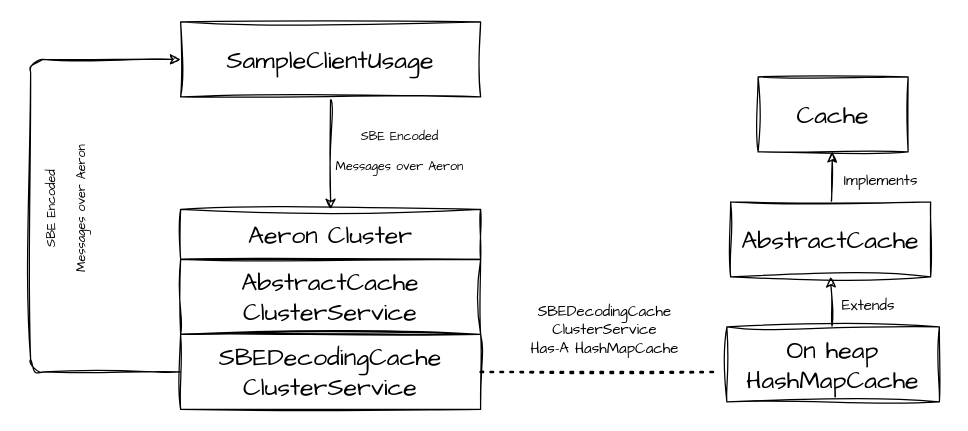
bhf/aeron-cache keeps this draw.io diagram as docs/diagrams/message-flow.dio. Above is the earlier version. Source tidied: cells renumbered, new cells numbered last; positions are measured from the earlier drawing's top-left corner, leaving out a move shared by most shapes. Both pictures are drawn from the tidied source at 125%, with x=0, y=0 at pixel (-20, 21).
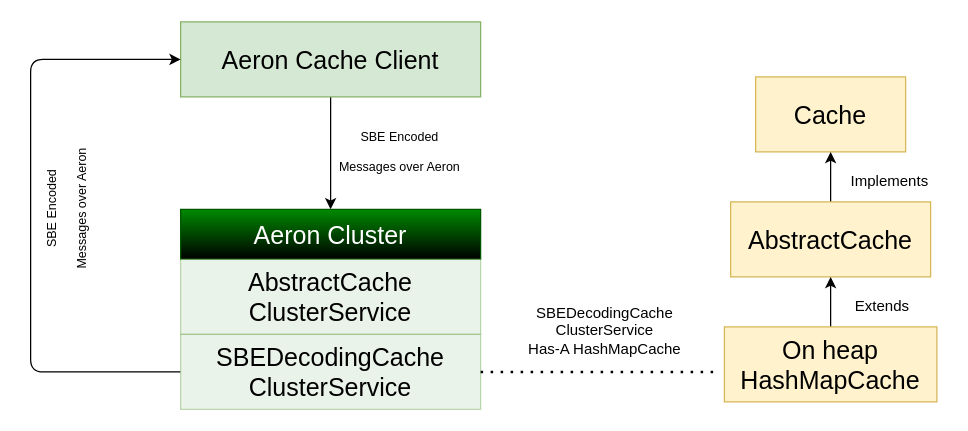
Above is the later version.

The edit, as a diff of the source:
```diff
@@
-    <mxCell id="2" style="edgeStyle=none;sketch=1;hachureGap=4;jiggle=2;curveFitting=1;html=1;fontFamily=Architects Daughter;fontSize=16;" parent="1" edge="1" source="3" target="4">
+    <mxCell id="2" style="edgeStyle=none;hachureGap=4;html=1;fontFamily=Architects Daughter;fontSize=16;flowAnimation=1;" parent="1" edge="1" source="3" target="4">
       <mxGeometry relative="1" as="geometry" />
     </mxCell>
-    <mxCell id="3" value="SampleClientUsage" style="rounded=0;whiteSpace=wrap;html=1;sketch=1;hachureGap=4;jiggle=2;curveFitting=1;fontFamily=Architects Daughter;fontSize=20;" parent="1" vertex="1">
+    <mxCell id="3" value="Aeron Cache Client" style="rounded=0;whiteSpace=wrap;html=1;hachureGap=4;fontFamily=Helvetica;fontSize=20;fillColor=#d5e8d4;strokeColor=#82b366;" parent="1" vertex="1">
       <mxGeometry x="160" width="240" height="60" as="geometry" />
     </mxCell>
-    <mxCell id="4" value="Aeron Cluster" style="rounded=0;whiteSpace=wrap;html=1;sketch=1;hachureGap=4;jiggle=2;curveFitting=1;fontFamily=Architects Daughter;fontSize=20;" parent="1" vertex="1">
+    <mxCell id="4" value="Aeron Cluster" style="rounded=0;whiteSpace=wrap;html=1;hachureGap=4;fontFamily=Helvetica;fontSize=20;fillColor=#008a00;fontColor=#ffffff;strokeColor=#005700;gradientColor=default;" parent="1" vertex="1">
       <mxGeometry x="160" y="150" width="240" height="40" as="geometry" />
     </mxCell>
-    <mxCell id="5" value="AbstractCache&lt;br&gt;ClusterService" style="rounded=0;whiteSpace=wrap;html=1;sketch=1;hachureGap=4;jiggle=2;curveFitting=1;fontFamily=Architects Daughter;fontSize=20;" parent="1" vertex="1">
+    <mxCell id="5" value="AbstractCache&lt;br&gt;ClusterService" style="rounded=0;whiteSpace=wrap;html=1;hachureGap=4;fontFamily=Helvetica;fontSize=20;fillColor=#d5e8d4;strokeColor=#82b366;opacity=50;" parent="1" vertex="1">
       <mxGeometry x="160" y="190" width="240" height="60" as="geometry" />
     </mxCell>
-    <mxCell id="6" style="edgeStyle=none;sketch=1;hachureGap=4;jiggle=2;curveFitting=1;html=1;fontFamily=Architects Daughter;fontSize=16;entryX=0;entryY=0.5;entryDx=0;entryDy=0;" parent="1" edge="1" source="7" target="3">
+    <mxCell id="6" style="edgeStyle=none;hachureGap=4;html=1;fontFamily=Architects Daughter;fontSize=16;entryX=0;entryY=0.5;entryDx=0;entryDy=0;flowAnimation=1;" parent="1" edge="1" source="7" target="3">
       <mxGeometry relative="1" as="geometry">
         <Array as="points">
           <mxPoint x="40" y="280" />
           <mxPoint x="40" y="30" />
         </Array>
       </mxGeometry>
     </mxCell>
-    <mxCell id="7" value="SBEDecodingCache&lt;br&gt;ClusterService" style="rounded=0;whiteSpace=wrap;html=1;sketch=1;hachureGap=4;jiggle=2;curveFitting=1;fontFamily=Architects Daughter;fontSize=20;" parent="1" vertex="1">
+    <mxCell id="7" value="SBEDecodingCache&lt;br&gt;ClusterService" style="rounded=0;whiteSpace=wrap;html=1;hachureGap=4;fontFamily=Helvetica;fontSize=20;fillColor=#d5e8d4;strokeColor=#82b366;opacity=50;" parent="1" vertex="1">
       <mxGeometry x="160" y="250" width="240" height="60" as="geometry" />
     </mxCell>
-    <mxCell id="8" value="&lt;font style=&quot;font-size: 10px;&quot;&gt;SBE Encoded &lt;br&gt;Messages over Aeron&lt;/font&gt;" style="text;html=1;align=center;verticalAlign=middle;strokeColor=none;fillColor=none;fontSize=20;fontFamily=Architects Daughter;sketch=1;hachureGap=4;jiggle=2;curveFitting=1;" parent="1" vertex="1">
-      <mxGeometry x="270" y="70" width="130" height="60" as="geometry" />
+    <mxCell id="8" value="&lt;font style=&quot;font-size: 10px;&quot;&gt;SBE Encoded &lt;br&gt;Messages over Aeron&lt;/font&gt;" style="text;html=1;align=center;verticalAlign=middle;strokeColor=none;fillColor=none;fontSize=20;fontFamily=Helvetica;hachureGap=4;" parent="1" vertex="1">
+      <mxGeometry x="275" y="70" width="120" height="60" as="geometry" />
     </mxCell>
-    <mxCell id="9" value="&lt;font style=&quot;font-size: 10px;&quot;&gt;SBE Encoded &lt;br&gt;Messages over Aeron&lt;/font&gt;" style="text;html=1;align=center;verticalAlign=middle;strokeColor=none;fillColor=none;fontSize=20;fontFamily=Architects Daughter;sketch=1;hachureGap=4;jiggle=2;curveFitting=1;rotation=-90;" parent="1" vertex="1">
-      <mxGeometry y="120" width="130" height="60" as="geometry" />
+    <mxCell id="9" value="&lt;font style=&quot;font-size: 10px;&quot;&gt;SBE Encoded &lt;br&gt;Messages over Aeron&lt;/font&gt;" style="text;html=1;align=center;verticalAlign=middle;strokeColor=none;fillColor=none;fontSize=20;fontFamily=Helvetica;sketch=1;hachureGap=4;jiggle=2;curveFitting=1;rotation=-90;" parent="1" vertex="1">
+      <mxGeometry x="5" y="120" width="120" height="60" as="geometry" />
     </mxCell>
-    <mxCell id="10" value="&lt;font style=&quot;font-size: 20px;&quot;&gt;Cache&lt;/font&gt;" style="rounded=0;whiteSpace=wrap;html=1;sketch=1;hachureGap=4;jiggle=2;curveFitting=1;fontFamily=Architects Daughter;fontSize=10;" parent="1" vertex="1">
-      <mxGeometry x="622" y="44" width="120" height="60" as="geometry" />
+    <mxCell id="10" value="&lt;font style=&quot;font-size: 20px;&quot;&gt;Cache&lt;/font&gt;" style="rounded=0;whiteSpace=wrap;html=1;hachureGap=4;fontFamily=Helvetica;fontSize=10;fillColor=#fff2cc;strokeColor=#d6b656;shadow=0;" parent="1" vertex="1">
+      <mxGeometry x="620" y="44" width="120" height="60" as="geometry" />
     </mxCell>
-    <mxCell id="11" style="edgeStyle=none;sketch=1;hachureGap=4;jiggle=2;curveFitting=1;html=1;fontFamily=Architects Daughter;fontSize=20;" parent="1" edge="1" source="12" target="10">
+    <mxCell id="11" style="edgeStyle=none;hachureGap=4;html=1;fontFamily=Architects Daughter;fontSize=20;" parent="1" edge="1" source="12" target="10">
       <mxGeometry relative="1" as="geometry" />
     </mxCell>
-    <mxCell id="12" value="AbstractCache" style="rounded=0;whiteSpace=wrap;html=1;sketch=1;hachureGap=4;jiggle=2;curveFitting=1;fontFamily=Architects Daughter;fontSize=20;" parent="1" vertex="1">
+    <mxCell id="12" value="AbstractCache" style="rounded=0;whiteSpace=wrap;html=1;hachureGap=4;fontFamily=Helvetica;fontSize=20;fillColor=#fff2cc;strokeColor=#d6b656;" parent="1" vertex="1">
       <mxGeometry x="600" y="144" width="160" height="60" as="geometry" />
     </mxCell>
-    <mxCell id="13" value="&lt;font style=&quot;font-size: 12px;&quot;&gt;Implements&lt;/font&gt;" style="text;html=1;align=center;verticalAlign=middle;strokeColor=none;fillColor=none;fontSize=20;fontFamily=Architects Daughter;sketch=1;hachureGap=4;jiggle=2;curveFitting=1;" parent="1" vertex="1">
-      <mxGeometry x="680" y="104" width="80" height="40" as="geometry" />
+    <mxCell id="13" value="&lt;font style=&quot;font-size: 12px;&quot;&gt;Implements&lt;/font&gt;" style="text;html=1;align=center;verticalAlign=middle;strokeColor=none;fillColor=none;fontSize=20;fontFamily=Helvetica;sketch=1;hachureGap=4;jiggle=2;curveFitting=1;" parent="1" vertex="1">
+      <mxGeometry x="682" y="104" width="90" height="40" as="geometry" />
     </mxCell>
-    <mxCell id="14" style="edgeStyle=none;sketch=1;hachureGap=4;jiggle=2;curveFitting=1;html=1;fontFamily=Architects Daughter;fontSize=20;entryX=0.5;entryY=1;entryDx=0;entryDy=0;" parent="1" edge="1" source="15" target="12">
+    <mxCell id="14" style="edgeStyle=none;hachureGap=4;html=1;fontFamily=Architects Daughter;fontSize=20;entryX=0.5;entryY=1;entryDx=0;entryDy=0;" parent="1" edge="1" source="15" target="12">
       <mxGeometry relative="1" as="geometry" />
     </mxCell>
-    <mxCell id="15" value="&lt;font style=&quot;font-size: 20px;&quot;&gt;On heap &lt;br&gt;HashMapCache&lt;/font&gt;" style="rounded=0;whiteSpace=wrap;html=1;sketch=1;hachureGap=4;jiggle=2;curveFitting=1;fontFamily=Architects Daughter;fontSize=12;" parent="1" vertex="1">
-      <mxGeometry x="597" y="244" width="170" height="60" as="geometry" />
+    <mxCell id="15" value="&lt;font style=&quot;font-size: 20px;&quot;&gt;On heap &lt;br&gt;HashMapCache&lt;/font&gt;" style="rounded=0;whiteSpace=wrap;html=1;hachureGap=4;fontFamily=Helvetica;fontSize=12;fillColor=#fff2cc;strokeColor=#d6b656;" parent="1" vertex="1">
+      <mxGeometry x="595" y="244" width="170" height="60" as="geometry" />
     </mxCell>
-    <mxCell id="16" value="&lt;font style=&quot;font-size: 12px;&quot;&gt;Extends&lt;/font&gt;" style="text;html=1;align=center;verticalAlign=middle;strokeColor=none;fillColor=none;fontSize=20;fontFamily=Architects Daughter;sketch=1;hachureGap=4;jiggle=2;curveFitting=1;" parent="1" vertex="1">
-      <mxGeometry x="675" y="204" width="70" height="40" as="geometry" />
+    <mxCell id="16" value="&lt;font style=&quot;font-size: 12px;&quot;&gt;Extends&lt;/font&gt;" style="text;html=1;align=center;verticalAlign=middle;strokeColor=none;fillColor=none;fontSize=20;fontFamily=Helvetica;hachureGap=4;" parent="1" vertex="1">
+      <mxGeometry x="686" y="204" width="70" height="40" as="geometry" />
     </mxCell>
-    <mxCell id="17" style="endArrow=none;dashed=1;html=1;dashPattern=1 3;strokeWidth=2;sketch=1;hachureGap=4;jiggle=2;curveFitting=1;fontFamily=Architects Daughter;fontSize=12;exitX=1;exitY=0.5;exitDx=0;exitDy=0;" parent="1" edge="1" source="7">
+    <mxCell id="17" style="endArrow=none;dashed=1;html=1;dashPattern=1 3;strokeWidth=2;hachureGap=4;fontFamily=Architects Daughter;fontSize=12;exitX=1;exitY=0.5;exitDx=0;exitDy=0;" parent="1" edge="1" source="7">
       <mxGeometry relative="1" as="geometry">
         <mxPoint x="590" y="280" as="targetPoint" />
       </mxGeometry>
     </mxCell>
-    <mxCell id="18" value="SBEDecodingCache&lt;br&gt;ClusterService&lt;br&gt;Has-A HashMapCache" style="text;html=1;align=center;verticalAlign=middle;strokeColor=none;fillColor=none;fontSize=12;fontFamily=Architects Daughter;sketch=1;hachureGap=4;jiggle=2;curveFitting=1;" parent="1" vertex="1">
-      <mxGeometry x="429" y="217" width="140" height="60" as="geometry" />
+    <mxCell id="18" value="SBEDecodingCache&lt;br&gt;ClusterService&lt;br&gt;Has-A HashMapCache" style="text;html=1;align=center;verticalAlign=middle;strokeColor=none;fillColor=none;fontSize=12;fontFamily=Helvetica;hachureGap=4;" parent="1" vertex="1">
+      <mxGeometry x="424" y="217" width="150" height="60" as="geometry" />
     </mxCell>
```
